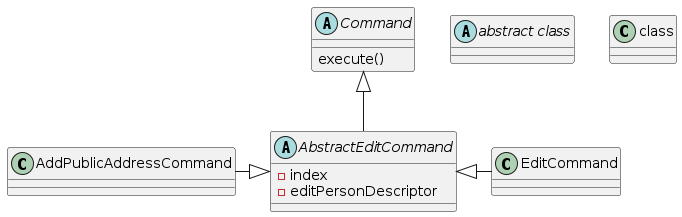
Above: diagrams/AbstractEditCommandClassDiagram.png in AY2425S1-CS2103T-T08-1/tp (PlantUML), before the change. Its source is kept beside it as diagrams/AbstractEditCommandClassDiagram.puml.
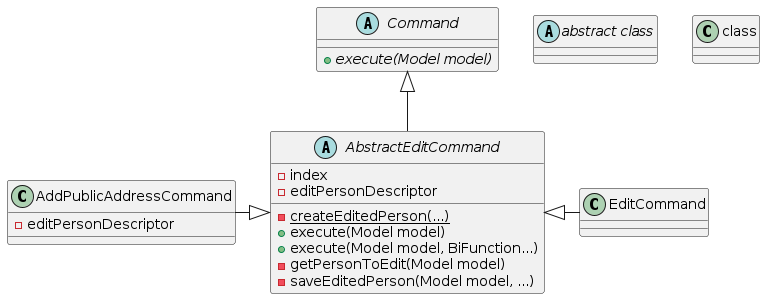
Later version of the same file.

Diff of the diagram source:
```diff
@@ -1,14 +1,21 @@
 @startuml
 
 abstract Command {
-    execute()
+    + {abstract} execute(Model model)
 }
 abstract AbstractEditCommand {
-    -index
-    -editPersonDescriptor
+    - index
+    - editPersonDescriptor
+    - {static} createEditedPerson(...)
+    + execute(Model model)
+    + execute(Model model, BiFunction...)
+    - getPersonToEdit(Model model)
+    - saveEditedPerson(Model model, ...)
 }
 class EditCommand
-class AddPublicAddressCommand
+class AddPublicAddressCommand {
+    - editPersonDescriptor
+}
 Command <|-- AbstractEditCommand
 AbstractEditCommand <|- EditCommand
 AddPublicAddressCommand -|> AbstractEditCommand
```
